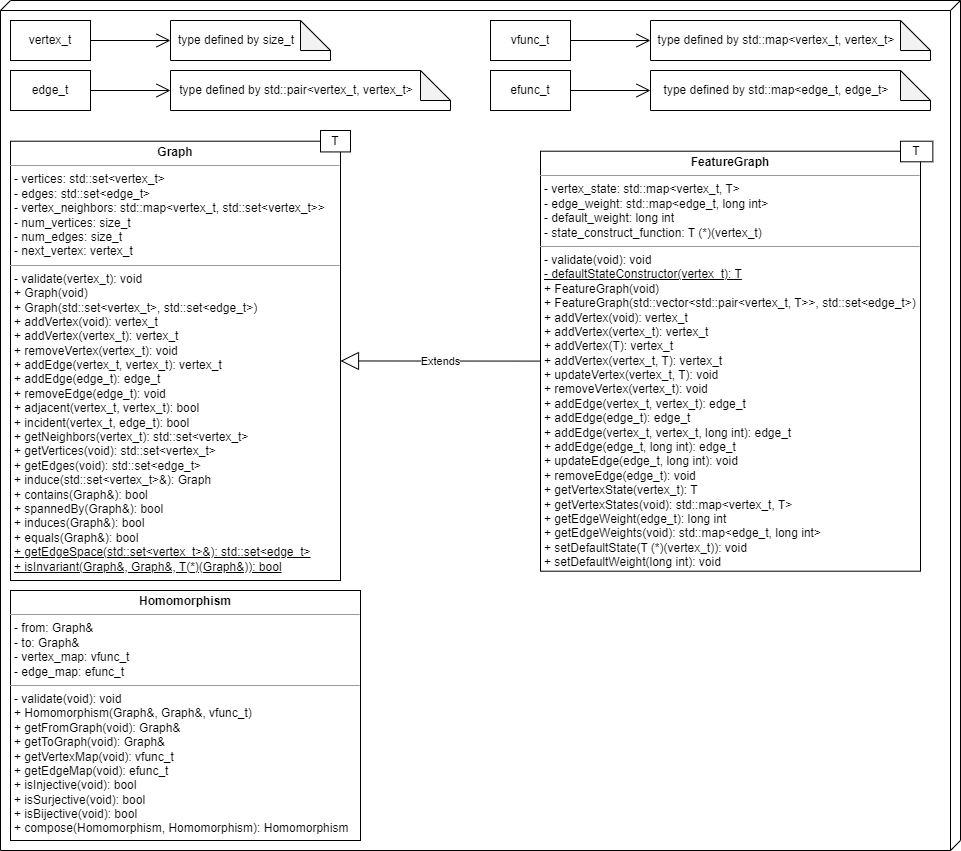
mwhicks-dev/grapph keeps this draw.io diagram as docs/i2_uml.png. Above is the earlier version. Source tidied: cells renumbered, new cells last; positions are measured from the earlier drawing's top-left corner, leaving out a move shared by most shapes.
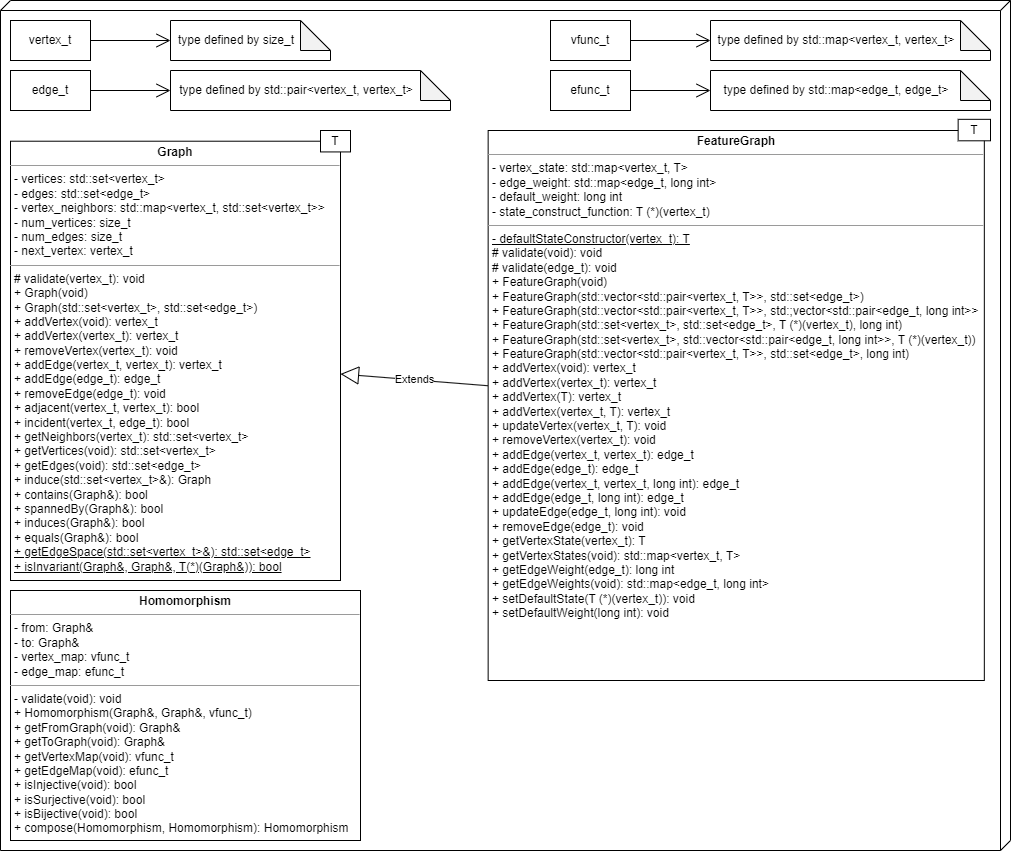
After the commit.

Commit message:
Updated UML to reflect Graph/FeatureGraph changes

What changed in the source:
```diff
@@ -3,7 +3,7 @@
     <mxCell id="0" />
     <mxCell id="1" parent="0" />
     <mxCell id="2" style="verticalAlign=top;align=left;spacingTop=8;spacingLeft=2;spacingRight=12;shape=cube;size=10;direction=south;fontStyle=4;html=1;whiteSpace=wrap;" parent="1" vertex="1">
-      <mxGeometry width="960" height="850" as="geometry" />
+      <mxGeometry width="1010" height="850" as="geometry" />
     </mxCell>
     <mxCell id="3" style="group;" parent="1" vertex="1">
       <mxGeometry x="10" y="130" width="340" height="450" as="geometry" />
@@ -11,7 +11,7 @@
     <mxCell id="4" style="group;" parent="3" vertex="1">
       <mxGeometry width="340" height="450" as="geometry" />
     </mxCell>
-    <mxCell id="5" value="&lt;p style=&quot;margin:0px;margin-top:4px;text-align:center;&quot;&gt;&lt;b&gt;Graph&lt;/b&gt;&lt;/p&gt;&lt;hr size=&quot;1&quot;&gt;&lt;p style=&quot;margin:0px;margin-left:4px;&quot;&gt;- vertices: std::set&amp;lt;vertex_t&amp;gt;&lt;/p&gt;&lt;p style=&quot;margin:0px;margin-left:4px;&quot;&gt;- edges: std::set&amp;lt;edge_t&amp;gt;&lt;/p&gt;&lt;p style=&quot;margin:0px;margin-left:4px;&quot;&gt;- vertex_neighbors: std::map&amp;lt;vertex_t, std::set&amp;lt;vertex_t&amp;gt;&amp;gt;&lt;/p&gt;&lt;p style=&quot;margin:0px;margin-left:4px;&quot;&gt;- num_vertices: size_t&lt;/p&gt;&lt;p style=&quot;margin:0px;margin-left:4px;&quot;&gt;- num_edges: size_t&lt;/p&gt;&lt;p style=&quot;margin:0px;margin-left:4px;&quot;&gt;- next_vertex: vertex_t&lt;/p&gt;&lt;hr size=&quot;1&quot;&gt;&lt;p style=&quot;margin:0px;margin-left:4px;&quot;&gt;- validate(vertex_t): void&lt;br&gt;&lt;/p&gt;&lt;p style=&quot;margin:0px;margin-left:4px;&quot;&gt;+ Graph(void)&lt;/p&gt;&lt;p style=&quot;margin:0px;margin-left:4px;&quot;&gt;+ Graph(std::set&amp;lt;vertex_t&amp;gt;, std::set&amp;lt;edge_t&amp;gt;)&lt;/p&gt;&lt;p style=&quot;margin:0px;margin-left:4px;&quot;&gt;+ addVertex(void): vertex_t&lt;/p&gt;&lt;p style=&quot;margin:0px;margin-left:4px;&quot;&gt;+ addVertex(vertex_t): vertex_t&lt;/p&gt;&lt;p style=&quot;margin:0px;margin-left:4px;&quot;&gt;+ removeVertex(vertex_t): void&lt;/p&gt;&lt;p style=&quot;margin:0px;margin-left:4px;&quot;&gt;+ addEdge(vertex_t, vertex_t): vertex_t&lt;/p&gt;&lt;p style=&quot;margin:0px;margin-left:4px;&quot;&gt;+ addEdge(edge_t): edge_t&lt;/p&gt;&lt;p style=&quot;margin:0px;margin-left:4px;&quot;&gt;+ removeEdge(edge_t): void&lt;/p&gt;&lt;p style=&quot;margin:0px;margin-left:4px;&quot;&gt;+ adjacent(vertex_t, vertex_t): bool&lt;/p&gt;&lt;p style=&quot;margin:0px;margin-left:4px;&quot;&gt;+ incident(vertex_t, edge_t): bool&lt;/p&gt;&lt;p style=&quot;margin:0px;margin-left:4px;&quot;&gt;+ getNeighbors(vertex_t): std::set&amp;lt;vertex_t&amp;gt;&lt;/p&gt;&lt;p style=&quot;margin:0px;margin-left:4px;&quot;&gt;+ getVertices(void): std::set&amp;lt;vertex_t&amp;gt;&lt;/p&gt;&lt;p style=&quot;margin:0px;margin-left:4px;&quot;&gt;+ getEdges(void): std::set&amp;lt;edge_t&amp;gt;&lt;/p&gt;&lt;p style=&quot;margin:0px;margin-left:4px;&quot;&gt;+ induce(std::set&amp;lt;vertex_t&amp;gt;&amp;amp;): Graph&lt;/p&gt;&lt;p style=&quot;margin:0px;margin-left:4px;&quot;&gt;+ contains(Graph&amp;amp;): bool&lt;/p&gt;&lt;p style=&quot;margin:0px;margin-left:4px;&quot;&gt;+ spannedBy(Graph&amp;amp;): bool&lt;/p&gt;&lt;p style=&quot;margin:0px;margin-left:4px;&quot;&gt;+ induces(Graph&amp;amp;): bool&lt;/p&gt;&lt;p style=&quot;margin:0px;margin-left:4px;&quot;&gt;+ equals(Graph&amp;amp;): bool&lt;/p&gt;&lt;p style=&quot;margin:0px;margin-left:4px;&quot;&gt;&lt;u&gt;+ getEdgeSpace(std::set&amp;lt;vertex_t&amp;gt;&amp;amp;): std::set&amp;lt;edge_t&amp;gt;&lt;/u&gt;&lt;/p&gt;&lt;p style=&quot;margin:0px;margin-left:4px;&quot;&gt;&lt;u&gt;+ isInvariant(Graph&amp;amp;, Graph&amp;amp;, T(*)(Graph&amp;amp;)): bool&lt;/u&gt;&lt;/p&gt;" style="verticalAlign=top;align=left;overflow=fill;fontSize=12;fontFamily=Helvetica;html=1;whiteSpace=wrap;" parent="4" vertex="1">
+    <mxCell id="5" value="&lt;p style=&quot;margin:0px;margin-top:4px;text-align:center;&quot;&gt;&lt;b&gt;Graph&lt;/b&gt;&lt;/p&gt;&lt;hr size=&quot;1&quot;&gt;&lt;p style=&quot;margin:0px;margin-left:4px;&quot;&gt;- vertices: std::set&amp;lt;vertex_t&amp;gt;&lt;/p&gt;&lt;p style=&quot;margin:0px;margin-left:4px;&quot;&gt;- edges: std::set&amp;lt;edge_t&amp;gt;&lt;/p&gt;&lt;p style=&quot;margin:0px;margin-left:4px;&quot;&gt;- vertex_neighbors: std::map&amp;lt;vertex_t, std::set&amp;lt;vertex_t&amp;gt;&amp;gt;&lt;/p&gt;&lt;p style=&quot;margin:0px;margin-left:4px;&quot;&gt;- num_vertices: size_t&lt;/p&gt;&lt;p style=&quot;margin:0px;margin-left:4px;&quot;&gt;- num_edges: size_t&lt;/p&gt;&lt;p style=&quot;margin:0px;margin-left:4px;&quot;&gt;- next_vertex: vertex_t&lt;/p&gt;&lt;hr size=&quot;1&quot;&gt;&lt;p style=&quot;margin:0px;margin-left:4px;&quot;&gt;# validate(vertex_t): void&lt;br&gt;&lt;/p&gt;&lt;p style=&quot;margin:0px;margin-left:4px;&quot;&gt;+ Graph(void)&lt;/p&gt;&lt;p style=&quot;margin:0px;margin-left:4px;&quot;&gt;+ Graph(std::set&amp;lt;vertex_t&amp;gt;, std::set&amp;lt;edge_t&amp;gt;)&lt;/p&gt;&lt;p style=&quot;margin:0px;margin-left:4px;&quot;&gt;+ addVertex(void): vertex_t&lt;/p&gt;&lt;p style=&quot;margin:0px;margin-left:4px;&quot;&gt;+ addVertex(vertex_t): vertex_t&lt;/p&gt;&lt;p style=&quot;margin:0px;margin-left:4px;&quot;&gt;+ removeVertex(vertex_t): void&lt;/p&gt;&lt;p style=&quot;margin:0px;margin-left:4px;&quot;&gt;+ addEdge(vertex_t, vertex_t): vertex_t&lt;/p&gt;&lt;p style=&quot;margin:0px;margin-left:4px;&quot;&gt;+ addEdge(edge_t): edge_t&lt;/p&gt;&lt;p style=&quot;margin:0px;margin-left:4px;&quot;&gt;+ removeEdge(edge_t): void&lt;/p&gt;&lt;p style=&quot;margin:0px;margin-left:4px;&quot;&gt;+ adjacent(vertex_t, vertex_t): bool&lt;/p&gt;&lt;p style=&quot;margin:0px;margin-left:4px;&quot;&gt;+ incident(vertex_t, edge_t): bool&lt;/p&gt;&lt;p style=&quot;margin:0px;margin-left:4px;&quot;&gt;+ getNeighbors(vertex_t): std::set&amp;lt;vertex_t&amp;gt;&lt;/p&gt;&lt;p style=&quot;margin:0px;margin-left:4px;&quot;&gt;+ getVertices(void): std::set&amp;lt;vertex_t&amp;gt;&lt;/p&gt;&lt;p style=&quot;margin:0px;margin-left:4px;&quot;&gt;+ getEdges(void): std::set&amp;lt;edge_t&amp;gt;&lt;/p&gt;&lt;p style=&quot;margin:0px;margin-left:4px;&quot;&gt;+ induce(std::set&amp;lt;vertex_t&amp;gt;&amp;amp;): Graph&lt;/p&gt;&lt;p style=&quot;margin:0px;margin-left:4px;&quot;&gt;+ contains(Graph&amp;amp;): bool&lt;/p&gt;&lt;p style=&quot;margin:0px;margin-left:4px;&quot;&gt;+ spannedBy(Graph&amp;amp;): bool&lt;/p&gt;&lt;p style=&quot;margin:0px;margin-left:4px;&quot;&gt;+ induces(Graph&amp;amp;): bool&lt;/p&gt;&lt;p style=&quot;margin:0px;margin-left:4px;&quot;&gt;+ equals(Graph&amp;amp;): bool&lt;/p&gt;&lt;p style=&quot;margin:0px;margin-left:4px;&quot;&gt;&lt;u&gt;+ getEdgeSpace(std::set&amp;lt;vertex_t&amp;gt;&amp;amp;): std::set&amp;lt;edge_t&amp;gt;&lt;/u&gt;&lt;/p&gt;&lt;p style=&quot;margin:0px;margin-left:4px;&quot;&gt;&lt;u&gt;+ isInvariant(Graph&amp;amp;, Graph&amp;amp;, T(*)(Graph&amp;amp;)): bool&lt;/u&gt;&lt;/p&gt;" style="verticalAlign=top;align=left;overflow=fill;fontSize=12;fontFamily=Helvetica;html=1;whiteSpace=wrap;" parent="4" vertex="1">
       <mxGeometry y="10.7" width="330" height="439.3" as="geometry" />
     </mxCell>
     <mxCell id="6" value="T" style="rounded=0;whiteSpace=wrap;html=1;" parent="4" vertex="1">
@@ -36,16 +36,16 @@
       <mxGeometry relative="1" as="geometry" />
     </mxCell>
     <mxCell id="13" value="vfunc_t" style="html=1;whiteSpace=wrap;" parent="1" vertex="1">
-      <mxGeometry x="490" y="20" width="80" height="40" as="geometry" />
+      <mxGeometry x="550" y="20" width="80" height="40" as="geometry" />
     </mxCell>
     <mxCell id="14" value="efunc_t" style="html=1;whiteSpace=wrap;" parent="1" vertex="1">
-      <mxGeometry x="490" y="70" width="80" height="40" as="geometry" />
+      <mxGeometry x="550" y="70" width="80" height="40" as="geometry" />
     </mxCell>
     <mxCell id="15" value="type defined by std::map&amp;lt;vertex_t, vertex_t&amp;gt;" style="shape=note;whiteSpace=wrap;html=1;backgroundOutline=1;darkOpacity=0.05;spacingRight=28;" parent="1" vertex="1">
-      <mxGeometry x="650" y="20" width="280" height="40" as="geometry" />
+      <mxGeometry x="710" y="20" width="280" height="40" as="geometry" />
     </mxCell>
     <mxCell id="16" value="type defined by std::map&amp;lt;edge_t, edge_t&amp;gt;" style="shape=note;whiteSpace=wrap;html=1;backgroundOutline=1;darkOpacity=0.05;spacingRight=28;" parent="1" vertex="1">
-      <mxGeometry x="650" y="70" width="280" height="40" as="geometry" />
+      <mxGeometry x="710" y="70" width="280" height="40" as="geometry" />
     </mxCell>
     <mxCell id="17" style="endArrow=open;endFill=1;endSize=12;html=1;rounded=0;" parent="1" edge="1" source="13" target="15">
       <mxGeometry relative="1" as="geometry" />
@@ -60,13 +60,13 @@
       <mxGeometry relative="1" as="geometry" />
     </mxCell>
     <mxCell id="21" style="group;" parent="1" vertex="1">
-      <mxGeometry x="540" y="140.7" width="392.4" height="430" as="geometry" />
+      <mxGeometry x="597.6" y="130" width="392.4" height="550" as="geometry" />
     </mxCell>
-    <mxCell id="22" value="&lt;p style=&quot;margin:0px;margin-top:4px;text-align:center;&quot;&gt;&lt;b&gt;FeatureGraph&lt;/b&gt;&lt;/p&gt;&lt;hr size=&quot;1&quot;&gt;&lt;p style=&quot;margin:0px;margin-left:4px;&quot;&gt;- vertex_state: std::map&amp;lt;vertex_t, T&amp;gt;&lt;/p&gt;&lt;p style=&quot;margin:0px;margin-left:4px;&quot;&gt;- edge_weight: std::map&amp;lt;edge_t, long int&amp;gt;&lt;/p&gt;&lt;p style=&quot;margin:0px;margin-left:4px;&quot;&gt;- default_weight: long int&lt;/p&gt;&lt;p style=&quot;margin:0px;margin-left:4px;&quot;&gt;- state_construct_function: T (*)(vertex_t)&lt;/p&gt;&lt;hr size=&quot;1&quot;&gt;&lt;p style=&quot;margin:0px;margin-left:4px;&quot;&gt;- validate(void): void&lt;/p&gt;&lt;p style=&quot;margin:0px;margin-left:4px;&quot;&gt;&lt;u&gt;- defaultStateConstructor(vertex_t): T&lt;/u&gt;&lt;/p&gt;&lt;p style=&quot;margin:0px;margin-left:4px;&quot;&gt;+ FeatureGraph(void)&lt;/p&gt;&lt;p style=&quot;margin:0px;margin-left:4px;&quot;&gt;+ FeatureGraph(std::vector&amp;lt;std::pair&amp;lt;vertex_t, T&amp;gt;&amp;gt;, std::set&amp;lt;edge_t&amp;gt;)&lt;/p&gt;&lt;p style=&quot;margin:0px;margin-left:4px;&quot;&gt;+ addVertex(void): vertex_t&lt;/p&gt;&lt;p style=&quot;margin:0px;margin-left:4px;&quot;&gt;+ addVertex(vertex_t): vertex_t&lt;/p&gt;&lt;p style=&quot;margin:0px;margin-left:4px;&quot;&gt;+ addVertex(T): vertex_t&lt;/p&gt;&lt;p style=&quot;margin:0px;margin-left:4px;&quot;&gt;+ addVertex(vertex_t, T): vertex_t&lt;/p&gt;&lt;p style=&quot;margin:0px;margin-left:4px;&quot;&gt;+ updateVertex(vertex_t, T): void&lt;/p&gt;&lt;p style=&quot;margin:0px;margin-left:4px;&quot;&gt;+ removeVertex(vertex_t): void&lt;/p&gt;&lt;p style=&quot;margin:0px;margin-left:4px;&quot;&gt;+ addEdge(vertex_t, vertex_t): edge_t&lt;/p&gt;&lt;p style=&quot;margin:0px;margin-left:4px;&quot;&gt;+ addEdge(edge_t): edge_t&lt;/p&gt;&lt;p style=&quot;margin:0px;margin-left:4px;&quot;&gt;+ addEdge(vertex_t, vertex_t, long int): edge_t&lt;/p&gt;&lt;p style=&quot;margin:0px;margin-left:4px;&quot;&gt;+ addEdge(edge_t, long int): edge_t&lt;/p&gt;&lt;p style=&quot;margin:0px;margin-left:4px;&quot;&gt;+ updateEdge(edge_t, long int): void&lt;/p&gt;&lt;p style=&quot;margin:0px;margin-left:4px;&quot;&gt;+ removeEdge(edge_t): void&lt;/p&gt;&lt;p style=&quot;margin:0px;margin-left:4px;&quot;&gt;+ getVertexState(vertex_t): T&lt;/p&gt;&lt;p style=&quot;margin:0px;margin-left:4px;&quot;&gt;+ getVertexStates(void): std::map&amp;lt;vertex_t, T&amp;gt;&lt;/p&gt;&lt;p style=&quot;margin:0px;margin-left:4px;&quot;&gt;+ getEdgeWeight(edge_t): long int&lt;/p&gt;&lt;p style=&quot;margin:0px;margin-left:4px;&quot;&gt;+ getEdgeWeights(void): std::map&amp;lt;edge_t, long int&amp;gt;&lt;/p&gt;&lt;p style=&quot;margin:0px;margin-left:4px;&quot;&gt;+ setDefaultState(T (*)(vertex_t)): void&lt;/p&gt;&lt;p style=&quot;margin:0px;margin-left:4px;&quot;&gt;+ setDefaultWeight(long int): void&lt;/p&gt;" style="verticalAlign=top;align=left;overflow=fill;fontSize=12;fontFamily=Helvetica;html=1;whiteSpace=wrap;" parent="21" vertex="1">
-      <mxGeometry y="10" width="380" height="420" as="geometry" />
+    <mxCell id="22" value="&lt;p style=&quot;margin:0px;margin-top:4px;text-align:center;&quot;&gt;&lt;b&gt;FeatureGraph&lt;/b&gt;&lt;/p&gt;&lt;hr size=&quot;1&quot;&gt;&lt;p style=&quot;margin:0px;margin-left:4px;&quot;&gt;- vertex_state: std::map&amp;lt;vertex_t, T&amp;gt;&lt;/p&gt;&lt;p style=&quot;margin:0px;margin-left:4px;&quot;&gt;- edge_weight: std::map&amp;lt;edge_t, long int&amp;gt;&lt;/p&gt;&lt;p style=&quot;margin:0px;margin-left:4px;&quot;&gt;- default_weight: long int&lt;/p&gt;&lt;p style=&quot;margin:0px;margin-left:4px;&quot;&gt;- state_construct_function: T (*)(vertex_t)&lt;/p&gt;&lt;hr size=&quot;1&quot;&gt;&lt;p style=&quot;margin:0px;margin-left:4px;&quot;&gt;&lt;u style=&quot;background-color: initial;&quot;&gt;- defaultStateConstructor(vertex_t): T&lt;/u&gt;&lt;br&gt;&lt;/p&gt;&lt;p style=&quot;border-color: var(--border-color); margin: 0px 0px 0px 4px;&quot;&gt;# validate(void): void&lt;br style=&quot;border-color: var(--border-color);&quot;&gt;&lt;/p&gt;&lt;p style=&quot;border-color: var(--border-color); margin: 0px 0px 0px 4px;&quot;&gt;# validate(edge_t): void&lt;br style=&quot;border-color: var(--border-color);&quot;&gt;&lt;/p&gt;&lt;p style=&quot;margin:0px;margin-left:4px;&quot;&gt;&lt;span style=&quot;background-color: initial;&quot;&gt;+ FeatureGraph(void)&lt;/span&gt;&lt;br&gt;&lt;/p&gt;&lt;p style=&quot;margin:0px;margin-left:4px;&quot;&gt;+ FeatureGraph(std::vector&amp;lt;std::pair&amp;lt;vertex_t, T&amp;gt;&amp;gt;, std::set&amp;lt;edge_t&amp;gt;)&lt;/p&gt;&lt;p style=&quot;margin:0px;margin-left:4px;&quot;&gt;+ FeatureGraph(std::vector&amp;lt;std::pair&amp;lt;vertex_t, T&amp;gt;&amp;gt;, std:;vector&amp;lt;std::pair&amp;lt;edge_t, long int&amp;gt;&amp;gt;&lt;/p&gt;&lt;p style=&quot;margin:0px;margin-left:4px;&quot;&gt;+&amp;nbsp;FeatureGraph(std::set&amp;lt;vertex_t&amp;gt;, std::set&amp;lt;edge_t&amp;gt;, T (*)(vertex_t), long int)&lt;/p&gt;&lt;p style=&quot;margin:0px;margin-left:4px;&quot;&gt;+&amp;nbsp;FeatureGraph(std::set&amp;lt;vertex_t&amp;gt;, std::vector&amp;lt;std::pair&amp;lt;edge_t, long int&amp;gt;&amp;gt;, T (*)(vertex_t))&lt;/p&gt;&lt;p style=&quot;margin:0px;margin-left:4px;&quot;&gt;+&amp;nbsp;FeatureGraph(std::vector&amp;lt;std::pair&amp;lt;vertex_t, T&amp;gt;&amp;gt;, std::set&amp;lt;edge_t&amp;gt;, long int)&lt;/p&gt;&lt;p style=&quot;margin:0px;margin-left:4px;&quot;&gt;+ addVertex(void): vertex_t&lt;/p&gt;&lt;p style=&quot;margin:0px;margin-left:4px;&quot;&gt;+ addVertex(vertex_t): vertex_t&lt;/p&gt;&lt;p style=&quot;margin:0px;margin-left:4px;&quot;&gt;+ addVertex(T): vertex_t&lt;/p&gt;&lt;p style=&quot;margin:0px;margin-left:4px;&quot;&gt;+ addVertex(vertex_t, T): vertex_t&lt;/p&gt;&lt;p style=&quot;margin:0px;margin-left:4px;&quot;&gt;+ updateVertex(vertex_t, T): void&lt;/p&gt;&lt;p style=&quot;margin:0px;margin-left:4px;&quot;&gt;+ removeVertex(vertex_t): void&lt;/p&gt;&lt;p style=&quot;margin:0px;margin-left:4px;&quot;&gt;+ addEdge(vertex_t, vertex_t): edge_t&lt;/p&gt;&lt;p style=&quot;margin:0px;margin-left:4px;&quot;&gt;+ addEdge(edge_t): edge_t&lt;/p&gt;&lt;p style=&quot;margin:0px;margin-left:4px;&quot;&gt;+ addEdge(vertex_t, vertex_t, long int): edge_t&lt;/p&gt;&lt;p style=&quot;margin:0px;margin-left:4px;&quot;&gt;+ addEdge(edge_t, long int): edge_t&lt;/p&gt;&lt;p style=&quot;margin:0px;margin-left:4px;&quot;&gt;+ updateEdge(edge_t, long int): void&lt;/p&gt;&lt;p style=&quot;margin:0px;margin-left:4px;&quot;&gt;+ removeEdge(edge_t): void&lt;/p&gt;&lt;p style=&quot;margin:0px;margin-left:4px;&quot;&gt;+ getVertexState(vertex_t): T&lt;/p&gt;&lt;p style=&quot;margin:0px;margin-left:4px;&quot;&gt;+ getVertexStates(void): std::map&amp;lt;vertex_t, T&amp;gt;&lt;/p&gt;&lt;p style=&quot;margin:0px;margin-left:4px;&quot;&gt;+ getEdgeWeight(edge_t): long int&lt;/p&gt;&lt;p style=&quot;margin:0px;margin-left:4px;&quot;&gt;+ getEdgeWeights(void): std::map&amp;lt;edge_t, long int&amp;gt;&lt;/p&gt;&lt;p style=&quot;margin:0px;margin-left:4px;&quot;&gt;+ setDefaultState(T (*)(vertex_t)): void&lt;/p&gt;&lt;p style=&quot;margin:0px;margin-left:4px;&quot;&gt;+ setDefaultWeight(long int): void&lt;/p&gt;" style="verticalAlign=top;align=left;overflow=fill;fontSize=12;fontFamily=Helvetica;html=1;whiteSpace=wrap;" parent="21" vertex="1">
+      <mxGeometry x="-110" width="496.2" height="550" as="geometry" />
     </mxCell>
     <mxCell id="23" value="T" style="rounded=0;whiteSpace=wrap;html=1;" parent="21" vertex="1">
-      <mxGeometry x="360" width="32.4" height="20.6" as="geometry" />
+      <mxGeometry x="360" y="-11.2" width="32.4" height="21.5" as="geometry" />
     </mxCell>
   </root>
 </mxGraphModel>
```
